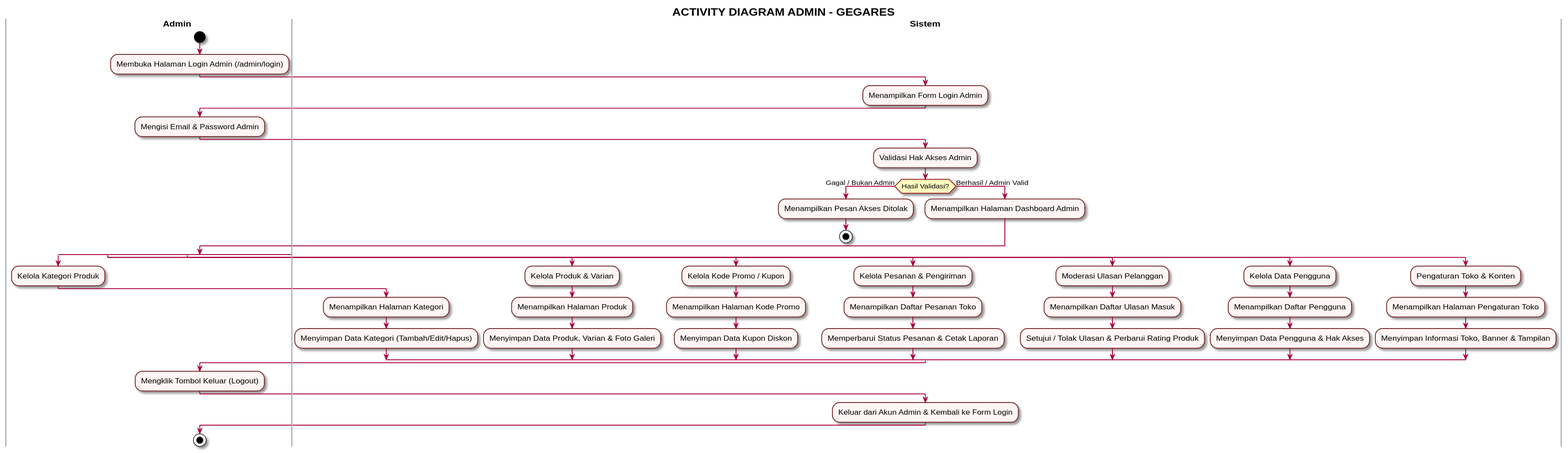
Above: diagrams/activity_diagram_admin.svg in greedykid/gegares_toko (PlantUML), before the change.
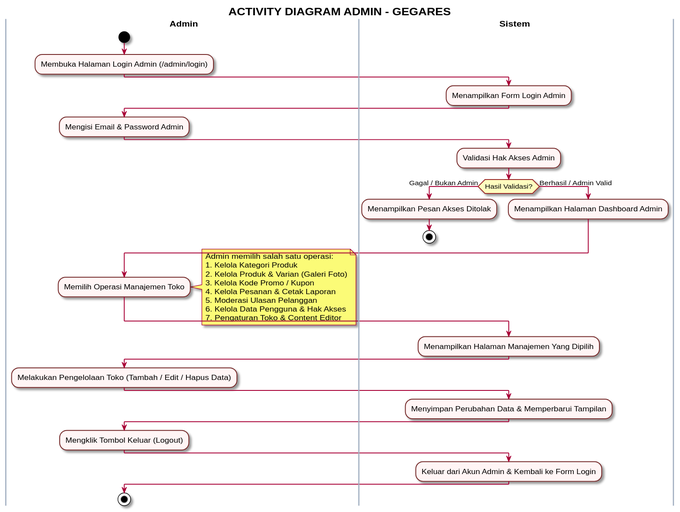
After the change.

Commit message:
fix(diagram): fix disconnected lines with continuous linear flow and clean swimlane connections

What changed in the source:
```diff
@@ -33,48 +33,26 @@
 endif
 
 |Admin|
-split
-  :Kelola Kategori Produk;
-  |Sistem|
-  :Menampilkan Halaman Kategori;
-  :Menyimpan Data Kategori (Tambah/Edit/Hapus);
+:Memilih Operasi Manajemen Toko;
+note right
+  Admin memilih salah satu operasi:
+  1. Kelola Kategori Produk
+  2. Kelola Produk & Varian (Galeri Foto)
+  3. Kelola Kode Promo / Kupon
+  4. Kelola Pesanan & Cetak Laporan
+  5. Moderasi Ulasan Pelanggan
+  6. Kelola Data Pengguna & Hak Akses
+  7. Pengaturan Toko & Content Editor
+end note
 
-split again
-  :Kelola Produk & Varian;
-  |Sistem|
-  :Menampilkan Halaman Produk;
-  :Menyimpan Data Produk, Varian & Foto Galeri;
+|Sistem|
+:Menampilkan Halaman Manajemen Yang Dipilih;
 
-split again
-  :Kelola Kode Promo / Kupon;
-  |Sistem|
-  :Menampilkan Halaman Kode Promo;
-  :Menyimpan Data Kupon Diskon;
+|Admin|
+:Melakukan Pengelolaan Toko (Tambah / Edit / Hapus Data);
 
-split again
-  :Kelola Pesanan & Pengiriman;
-  |Sistem|
-  :Menampilkan Daftar Pesanan Toko;
-  :Memperbarui Status Pesanan & Cetak Laporan;
-
-split again
-  :Moderasi Ulasan Pelanggan;
-  |Sistem|
-  :Menampilkan Daftar Ulasan Masuk;
-  :Setujui / Tolak Ulasan & Perbarui Rating Produk;
-
-split again
-  :Kelola Data Pengguna;
-  |Sistem|
-  :Menampilkan Daftar Pengguna;
-  :Menyimpan Data Pengguna & Hak Akses;
-
-split again
-  :Pengaturan Toko & Konten;
-  |Sistem|
-  :Menampilkan Halaman Pengaturan Toko;
-  :Menyimpan Informasi Toko, Banner & Tampilan;
-end split
+|Sistem|
+:Menyimpan Perubahan Data & Memperbarui Tampilan;
 
 |Admin|
 :Mengklik Tombol Keluar (Logout);
```
